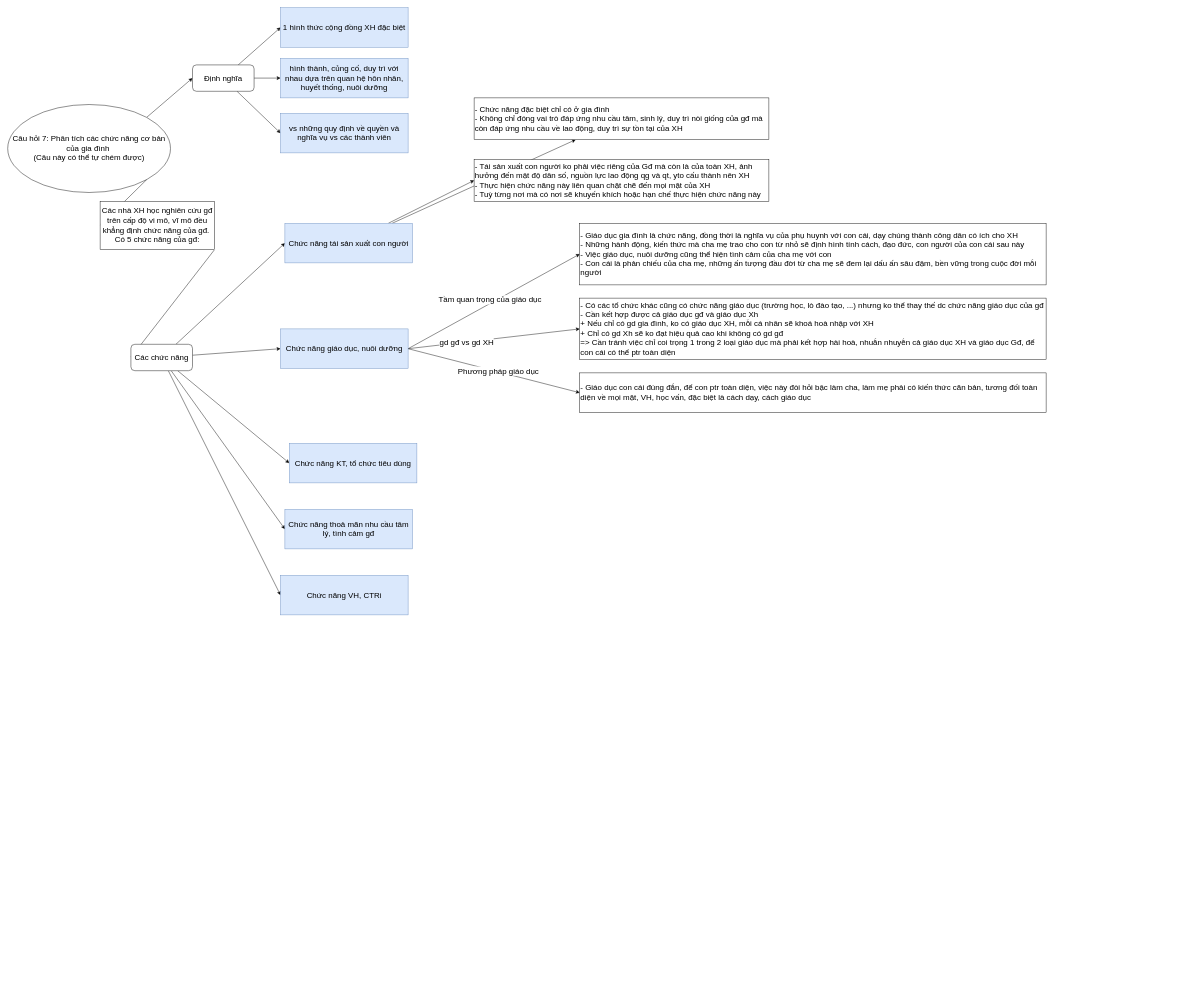
Earlier version of the draw.io diagram 7CNXHKH.drawio (HARKINGS/UML). Source tidied: cells renumbered, new cells numbered last; positions are measured from the earlier drawing's top-left corner, leaving out a move shared by most shapes. Both pictures are drawn from the tidied source at 44%, with x=0, y=0 at pixel (7, 7).
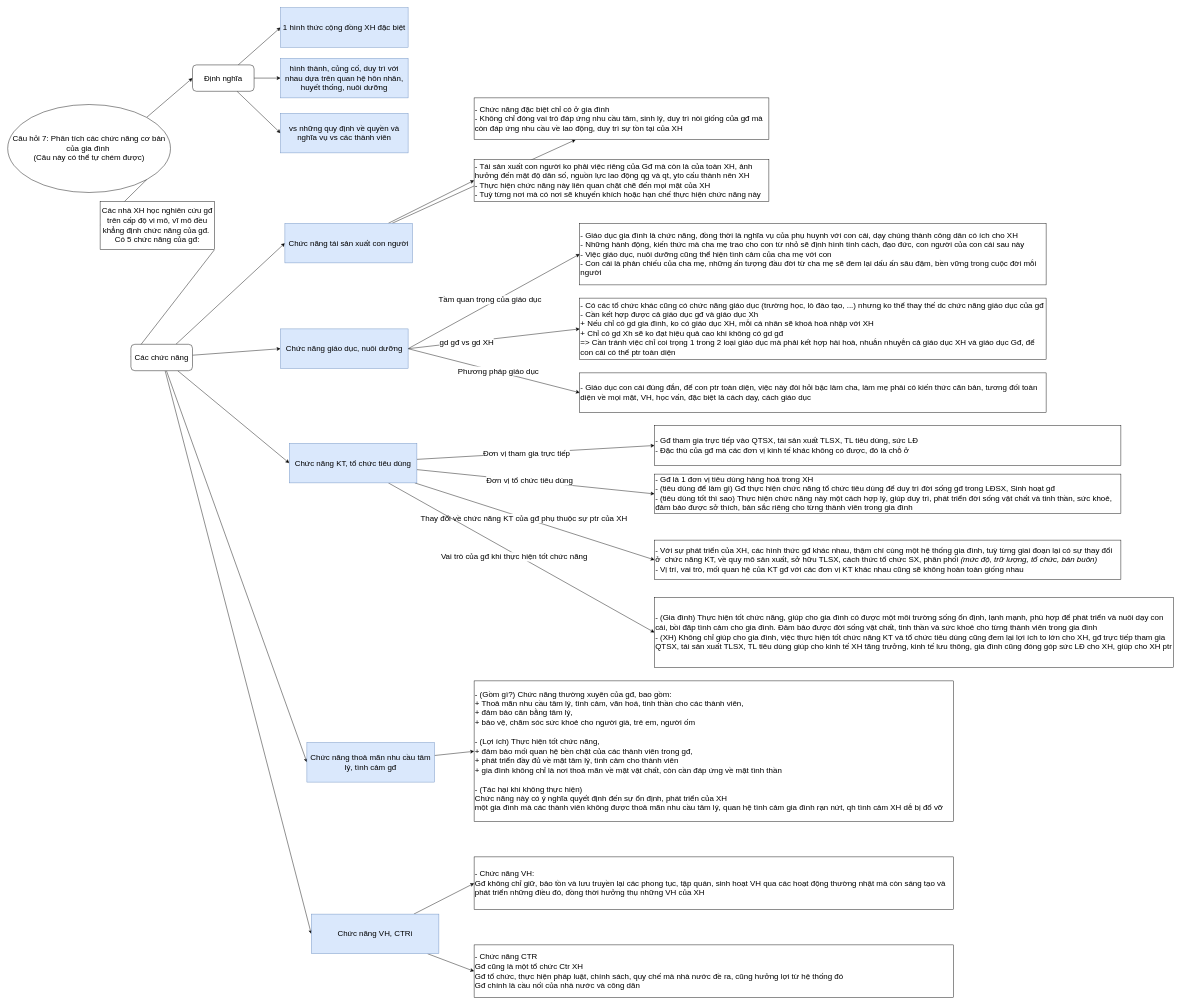
The same page after the edit.

Commit message (it also covers changes not shown here):
Cập nhật 7CNXHKH.drawio

The change refers to these unchanged cells:
```xml
<mxCell id="29" value="Chức năng giáo dục, nuôi dưỡng" style="text;html=1;align=center;verticalAlign=middle;whiteSpace=wrap;rounded=0;fillColor=#dae8fc;strokeColor=#6c8ebf;fontSize=18;" parent="1" vertex="1">
  <mxGeometry x="620" y="730" width="290" height="90" as="geometry" />
</mxCell>
<mxCell id="31" value="Chức năng KT, tổ chức tiêu dùng" style="text;html=1;align=center;verticalAlign=middle;whiteSpace=wrap;rounded=0;fillColor=#dae8fc;strokeColor=#6c8ebf;fontSize=18;" parent="1" vertex="1">
  <mxGeometry x="640" y="990" width="290" height="90" as="geometry" />
</mxCell>
<mxCell id="37" value="- Giáo dục con cái đúng đắn, để con ptr toàn diện, việc này đòi hỏi bậc làm cha, làm mẹ phải có kiến thức căn bản, tương đối toàn diện về mọi mặt, VH, học vấn, đặc biệt là cách dạy, cách giáo dục" style="whiteSpace=wrap;html=1;fontSize=18;rounded=0;align=left;" parent="1" vertex="1">
  <mxGeometry x="1300" y="830" width="1060" height="90" as="geometry" />
</mxCell>
```

Change to the diagram source:
```diff
@@
-    <mxCell id="27" style="edgeStyle=none;rounded=0;jettySize=auto;html=1;entryX=0;entryY=0.5;entryDx=0;entryDy=0;exitX=1;exitY=0.5;exitDx=0;exitDy=0;" parent="1" edge="1" source="29" target="37">
+    <mxCell id="27" style="edgeStyle=none;rounded=0;jettySize=auto;html=1;entryX=0;entryY=0.5;entryDx=0;entryDy=0;exitX=1;exitY=0.5;exitDx=0;exitDy=0;fontSize=18;" parent="1" edge="1" source="29" target="37">
       <mxGeometry relative="1" as="geometry" />
     </mxCell>
-    <mxCell id="28" value="&lt;font style=&quot;font-size: 18px;&quot;&gt;Phương pháp giáo dục&lt;/font&gt;" style="edgeLabel;html=1;align=center;verticalAlign=middle;" parent="27" vertex="1">
+    <mxCell id="28" value="&lt;font&gt;Phương pháp giáo dục&lt;/font&gt;" style="edgeLabel;html=1;align=center;verticalAlign=middle;fontSize=18;" parent="27" vertex="1">
       <mxGeometry x="0.05" y="2" relative="1" as="geometry" />
     </mxCell>
@@
+    <mxCell id="38" style="edgeStyle=none;rounded=0;jettySize=auto;html=1;entryX=0;entryY=0.5;entryDx=0;entryDy=0;" parent="1" edge="1" source="30" target="55">
+      <mxGeometry relative="1" as="geometry" />
+    </mxCell>
+    <mxCell id="39" style="edgeStyle=none;rounded=0;jettySize=auto;html=1;entryX=0;entryY=0.5;entryDx=0;entryDy=0;" parent="1" edge="1" source="30" target="56">
+      <mxGeometry relative="1" as="geometry" />
+    </mxCell>
     <mxCell id="30" value="Chức năng VH, CTRi" style="text;html=1;align=center;verticalAlign=middle;whiteSpace=wrap;rounded=0;fillColor=#dae8fc;strokeColor=#6c8ebf;fontSize=18;" parent="1" vertex="1">
-      <mxGeometry x="620" y="1290" width="290" height="90" as="geometry" />
+      <mxGeometry x="690" y="2060" width="290" height="90" as="geometry" />
     </mxCell>
+    <mxCell id="40" style="edgeStyle=none;rounded=0;jettySize=auto;html=1;entryX=0;entryY=0.5;entryDx=0;entryDy=0;fontSize=18;" parent="1" edge="1" source="31" target="49">
+      <mxGeometry relative="1" as="geometry" />
+    </mxCell>
+    <mxCell id="41" value="Đơn vị tham gia trực tiếp" style="edgeLabel;html=1;align=center;verticalAlign=middle;fontSize=18;" parent="40" vertex="1">
+      <mxGeometry x="-0.08" relative="1" as="geometry" />
+    </mxCell>
+    <mxCell id="42" style="edgeStyle=none;rounded=0;jettySize=auto;html=1;entryX=0;entryY=0.5;entryDx=0;entryDy=0;fontSize=18;" parent="1" edge="1" source="31" target="50">
+      <mxGeometry relative="1" as="geometry" />
+    </mxCell>
+    <mxCell id="43" value="Đơn vị tổ chức tiêu dùng" style="edgeLabel;html=1;align=center;verticalAlign=middle;fontSize=18;" parent="42" vertex="1">
+      <mxGeometry x="-0.05" y="2" relative="1" as="geometry">
+        <mxPoint x="-1" as="offset" />
+      </mxGeometry>
+    </mxCell>
+    <mxCell id="44" style="edgeStyle=none;rounded=0;jettySize=auto;html=1;entryX=0;entryY=0.5;entryDx=0;entryDy=0;fontSize=18;" parent="1" edge="1" source="31" target="51">
+      <mxGeometry relative="1" as="geometry" />
+    </mxCell>
+    <mxCell id="45" value="Thay đổi về chức năng KT của gđ phụ thuộc sự ptr của XH" style="edgeLabel;html=1;align=center;verticalAlign=middle;fontSize=18;" parent="44" vertex="1">
+      <mxGeometry x="-0.09" y="-1" relative="1" as="geometry" />
+    </mxCell>
+    <mxCell id="46" style="edgeStyle=none;rounded=0;jettySize=auto;html=1;entryX=0;entryY=0.5;entryDx=0;entryDy=0;fontSize=18;" parent="1" edge="1" source="31" target="52">
+      <mxGeometry relative="1" as="geometry" />
+    </mxCell>
+    <mxCell id="47" value="Vai trò của gđ khi thực hiện tốt chức năng" style="edgeLabel;html=1;align=center;verticalAlign=middle;fontSize=18;" parent="46" vertex="1">
+      <mxGeometry x="-0.05" y="-7" relative="1" as="geometry">
+        <mxPoint x="1" as="offset" />
+      </mxGeometry>
+    </mxCell>
@@
+    <mxCell id="48" style="edgeStyle=none;rounded=0;jettySize=auto;html=1;entryX=0;entryY=0.5;entryDx=0;entryDy=0;" parent="1" edge="1" source="32" target="53">
+      <mxGeometry relative="1" as="geometry" />
+    </mxCell>
     <mxCell id="32" value="Chức năng thoả mãn nhu cầu tâm lý, tình cảm gđ" style="text;html=1;align=center;verticalAlign=middle;whiteSpace=wrap;rounded=0;fillColor=#dae8fc;strokeColor=#6c8ebf;fontSize=18;" parent="1" vertex="1">
-      <mxGeometry x="630" y="1140" width="290" height="90" as="geometry" />
+      <mxGeometry x="680" y="1670" width="290" height="90" as="geometry" />
     </mxCell>
@@
+    <mxCell id="49" value="- Gđ tham gia trực tiếp vào QTSX, tái sản xuất TLSX, TL tiêu dùng, sức LĐ&lt;div&gt;- Đặc thù của gđ mà các đơn vị kinh tế khác không có được, đó là chỗ ở&lt;/div&gt;" style="whiteSpace=wrap;html=1;fontSize=18;rounded=0;align=left;" parent="1" vertex="1">
+      <mxGeometry x="1470" y="950" width="1060" height="90" as="geometry" />
+    </mxCell>
+    <mxCell id="50" value="- Gđ là 1 đơn vị tiêu dùng hàng hoá trong XH&lt;div&gt;- (tiêu dùng để làm gì) Gđ thực hiện chức năng tổ chức tiêu dùng để duy trì đời sống gđ trong LĐSX, Sinh hoạt gđ&lt;/div&gt;&lt;div&gt;- (tiêu dùng tốt thì sao) Thực hiện chức năng này một cách hợp lý, giúp duy trì, phát triển đời sống vật chất và tinh thần, sức khoẻ, đảm bảo được sở thích, bản sắc riêng cho từng thành viên trong gia đình&lt;/div&gt;" style="whiteSpace=wrap;html=1;fontSize=18;rounded=0;align=left;" parent="1" vertex="1">
+      <mxGeometry x="1470" y="1060" width="1060" height="90" as="geometry" />
+    </mxCell>
+    <mxCell id="51" value="- Với sự phát triển của XH, các hình thức gđ khác nhau, thậm chí cùng một hệ thống gia đình, tuỳ từng giai đoạn lại có sự thay đổi ở&amp;nbsp; chức năng KT, về quy mô sản xuất, sở hữu TLSX, cách thức tổ chức SX, phân phối &lt;i&gt;(mức độ, trữ lượng, tổ chức, bán buôn)&lt;/i&gt;&lt;div&gt;&lt;i&gt;-&lt;/i&gt;&amp;nbsp;Vị trí, vai trò, mối quan hệ của KT gđ với các đơn vị KT khác nhau cũng sẽ không hoàn toàn giống nhau&lt;/div&gt;" style="whiteSpace=wrap;html=1;fontSize=18;rounded=0;align=left;" parent="1" vertex="1">
+      <mxGeometry x="1470" y="1210" width="1060" height="90" as="geometry" />
+    </mxCell>
+    <mxCell id="52" value="- (Gia đình) Thực hiện tốt chức năng, giúp cho gia đình có được một môi trường sống ổn định, lạnh mạnh, phù hợp để phát triển và nuôi dạy con cái, bồi đăp tình cảm cho gia đình. Đảm bảo được đời sống vật chất, tinh thần và sức khoẻ cho từng thành viên trong gia đình&lt;div&gt;- (XH) Không chỉ giúp cho gia đình, việc thực hiện tốt chức năng KT và tổ chức tiêu dùng cũng đem lại lợi ích to lớn cho XH, gđ trực tiếp tham gia QTSX, tái sản xuất TLSX, TL tiêu dùng giúp cho kinh tế XH tăng trưởng, kinh tế lưu thông, gia đình cũng đóng góp sức LĐ cho XH, giúp cho XH ptr&lt;/div&gt;" style="whiteSpace=wrap;html=1;fontSize=18;rounded=0;align=left;" parent="1" vertex="1">
+      <mxGeometry x="1470" y="1340" width="1180" height="160" as="geometry" />
+    </mxCell>
+    <mxCell id="53" value="- (Gồm gì?) Chức năng thường xuyên của gđ, bao gồm:&amp;nbsp;&lt;div&gt;+ Thoả mãn nhu cầu tâm lý, tình cảm, văn hoá, tinh thần cho các thành viên,&lt;/div&gt;&lt;div&gt;+ đảm bảo cân bằng tâm lý,&lt;/div&gt;&lt;div&gt;+ bảo vệ, chăm sóc sức khoẻ cho người già, trẻ em, người ốm&lt;/div&gt;&lt;div&gt;&lt;br&gt;&lt;/div&gt;&lt;div&gt;- (Lợi ích) Thực hiện tốt chức năng,&amp;nbsp;&lt;/div&gt;&lt;div&gt;+ đảm bảo mối quan hệ bền chặt của các thành viên trong gđ,&lt;/div&gt;&lt;div&gt;+ phát triển đầy đủ về mặt tâm lý, tình cảm cho thành viên&lt;/div&gt;&lt;div&gt;+ gia đình không chỉ là nơi thoả mãn về mặt vật chất, còn cần đáp ứng về mặt tình thần&lt;/div&gt;&lt;div&gt;&lt;br&gt;&lt;/div&gt;&lt;div&gt;&lt;span style=&quot;background-color: transparent; color: light-dark(rgb(0, 0, 0), rgb(255, 255, 255));&quot;&gt;- (Tác hại khi không thực hiện)&amp;nbsp;&lt;/span&gt;&lt;/div&gt;&lt;div&gt;Chức năng này có ý nghĩa quyết định đến sự ổn định, phát triển của XH&lt;/div&gt;&lt;div&gt;một gia đình mà các thành viên không được thoả mãn nhu cầu tâm lý, quan hệ tình cảm gia đình rạn nứt, qh tình cảm XH dễ bị đổ vỡ&lt;/div&gt;" style="whiteSpace=wrap;html=1;fontSize=18;rounded=0;align=left;" parent="1" vertex="1">
+      <mxGeometry x="1060" y="1530" width="1090" height="320" as="geometry" />
+    </mxCell>
+    <mxCell id="54" style="edgeStyle=none;rounded=0;orthogonalLoop=1;jettySize=auto;html=1;exitX=1;exitY=0.5;exitDx=0;exitDy=0;" parent="1" edge="1" source="53" target="53">
+      <mxGeometry relative="1" as="geometry" />
+    </mxCell>
+    <mxCell id="55" value="- Chức năng VH:&lt;div&gt;Gđ không chỉ giữ, bảo tồn và lưu truyền lại các phong tục, tập quán, sinh hoạt VH qua các hoạt động thường nhật mà còn sáng tạo và phát triển những điều đó, đồng thời hưởng thụ những VH của XH&lt;/div&gt;" style="whiteSpace=wrap;html=1;fontSize=18;rounded=0;align=left;" parent="1" vertex="1">
+      <mxGeometry x="1060" y="1930" width="1090" height="120" as="geometry" />
+    </mxCell>
+    <mxCell id="56" value="- Chức năng CTR&lt;div&gt;Gđ cũng là một tổ chức Ctr XH&lt;br&gt;&lt;div&gt;Gđ tổ chức, thực hiện pháp luật, chính sách, quy chế mà nhà nước đề ra, cũng hưởng lợi từ hệ thống đó&lt;/div&gt;&lt;/div&gt;&lt;div&gt;Gđ chính là cầu nối của nhà nước và công dân&lt;/div&gt;" style="whiteSpace=wrap;html=1;fontSize=18;rounded=0;align=left;" parent="1" vertex="1">
+      <mxGeometry x="1060" y="2130" width="1090" height="120" as="geometry" />
+    </mxCell>
```
